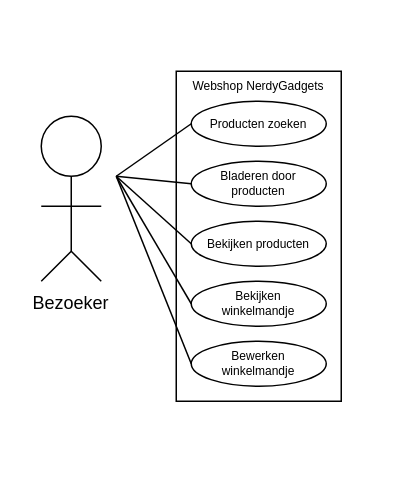
YoungSilent/nerdy_gadgets keeps this draw.io diagram as docs/diagrams/Use case 2.drawio. Above is the earlier version. Source tidied: cells renumbered, new cells numbered last; positions are measured from the earlier drawing's top-left corner, leaving out a move shared by most shapes. Both pictures are drawn from the tidied source at 150%, with x=0, y=0 at pixel (26, 26).
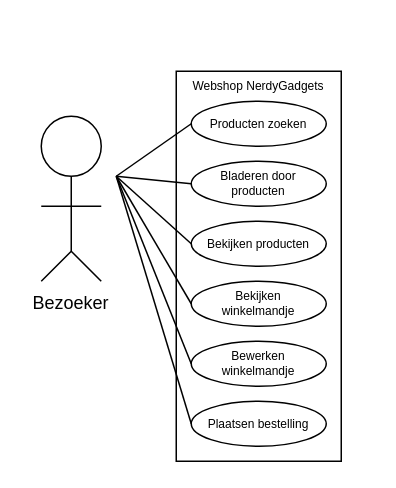
The same diagram, later.

Commit message:
Use case 3.drawio bijwerken

Diff of the diagram source:
```diff
@@
     <mxCell id="2" style="rounded=0;whiteSpace=wrap;html=1;" parent="1" vertex="1">
-      <mxGeometry x="100" y="30" width="110" height="220" as="geometry" />
+      <mxGeometry x="100" y="30" width="110" height="260" as="geometry" />
     </mxCell>
+    <mxCell id="24" style="ellipse;whiteSpace=wrap;html=1;" parent="1" vertex="1">
+      <mxGeometry x="110" y="250" width="90" height="30" as="geometry" />
+    </mxCell>
@@
+    <mxCell id="25" value="Plaatsen bestelling" style="text;html=1;strokeColor=none;fillColor=none;align=center;verticalAlign=middle;whiteSpace=wrap;rounded=0;fontSize=8;" parent="1" vertex="1">
+      <mxGeometry x="115" y="250" width="80" height="30" as="geometry" />
+    </mxCell>
+    <mxCell id="26" style="endArrow=none;html=1;rounded=0;exitX=0;exitY=0.5;exitDx=0;exitDy=0;" parent="1" edge="1" source="24">
+      <mxGeometry relative="1" as="geometry">
+        <mxPoint x="60" y="100" as="targetPoint" />
+      </mxGeometry>
+    </mxCell>
```
